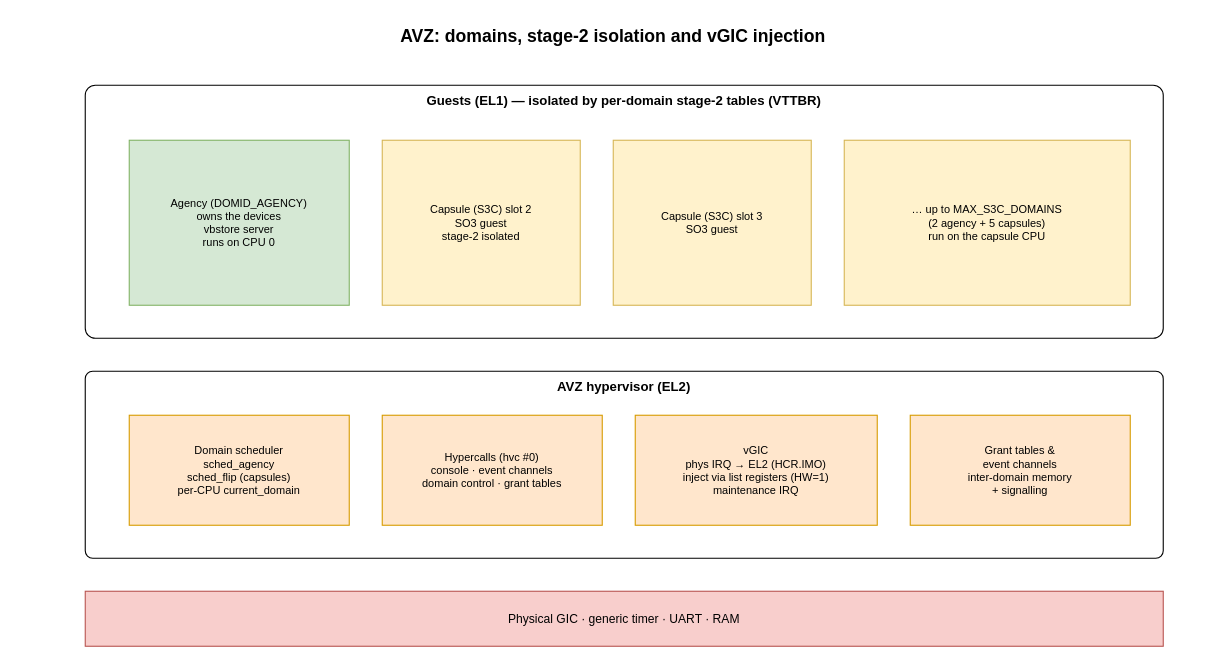
Before: page "avz" (7 of 11) of doc/source/img/so3.drawio in smartobjectoriented/so3, a draw.io diagram. Source tidied: cells renumbered, new cells numbered last; positions are measured from the earlier drawing's top-left corner, leaving out a move shared by most shapes. Both pictures are drawn from the tidied source at 110%, with x=0, y=0 at pixel (19, 19).
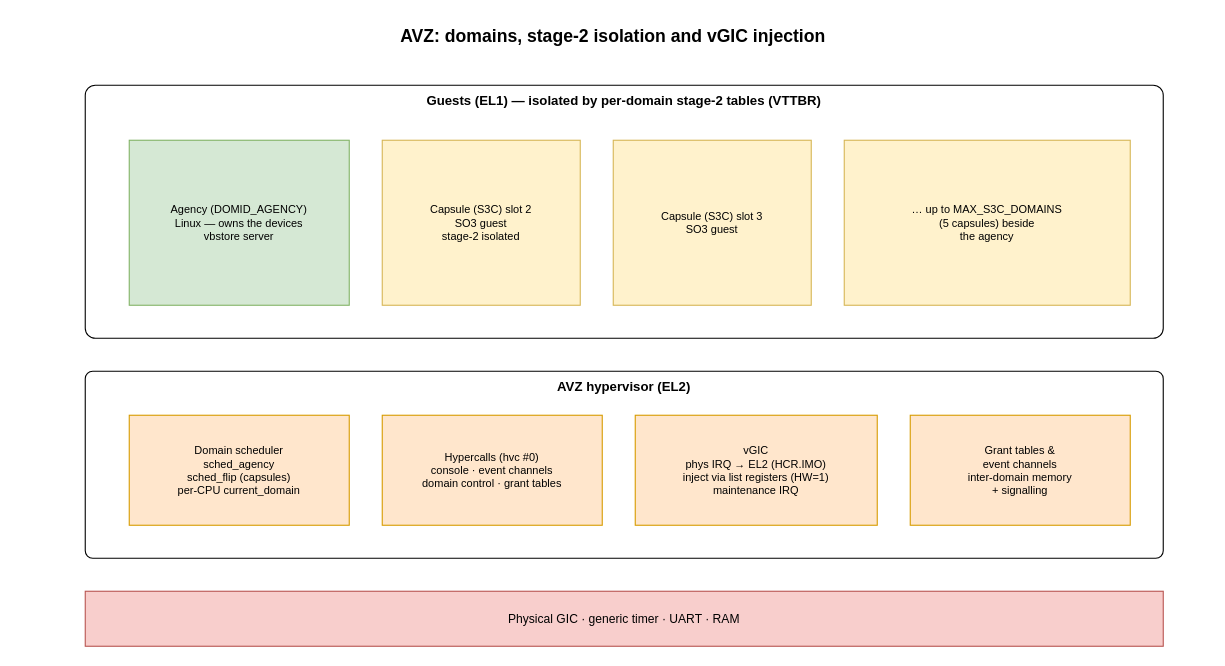
The same diagram, later.

Change to the diagram source:
```diff
@@
 <mxGraphModel>
   <root>
     <mxCell id="0" />
     <mxCell id="1" parent="0" />
     <mxCell id="2" value="AVZ: domains, stage-2 isolation and vGIC injection" style="text;html=1;whiteSpace=wrap;align=center;verticalAlign=middle;fontSize=16;fontStyle=1;" parent="1" vertex="1">
       <mxGeometry width="1080" height="30" as="geometry" />
     </mxCell>
     <mxCell id="3" value="Guests (EL1) — isolated by per-domain stage-2 tables (VTTBR)" style="rounded=1;whiteSpace=wrap;html=1;arcSize=4;verticalAlign=top;fontStyle=1;fontSize=12;fontStyle=1;" parent="1" vertex="1">
       <mxGeometry x="60" y="60" width="980" height="230" as="geometry" />
     </mxCell>
-    <mxCell id="4" value="Agency  (DOMID_AGENCY)&#10;owns the devices&#10;vbstore server&#10;runs on CPU 0" style="fillColor=#d5e8d4;strokeColor=#82b366;fontSize=10;" parent="1" vertex="1">
+    <mxCell id="4" value="Agency  (DOMID_AGENCY)&#10;Linux — owns the devices&#10;vbstore server" style="fillColor=#d5e8d4;strokeColor=#82b366;fontSize=10;" parent="1" vertex="1">
       <mxGeometry x="100" y="110" width="200" height="150" as="geometry" />
     </mxCell>
     <mxCell id="5" value="Capsule (S3C)  slot 2&#10;SO3 guest&#10;stage-2 isolated" style="fillColor=#fff2cc;strokeColor=#d6b656;fontSize=10;" parent="1" vertex="1">
       <mxGeometry x="330" y="110" width="180" height="150" as="geometry" />
     </mxCell>
     <mxCell id="6" value="Capsule (S3C)  slot 3&#10;SO3 guest" style="fillColor=#fff2cc;strokeColor=#d6b656;fontSize=10;" parent="1" vertex="1">
       <mxGeometry x="540" y="110" width="180" height="150" as="geometry" />
     </mxCell>
-    <mxCell id="7" value="… up to MAX_S3C_DOMAINS&#10;(2 agency + 5 capsules)&#10;run on the capsule CPU" style="fillColor=#fff2cc;strokeColor=#d6b656;fontSize=10;" parent="1" vertex="1">
+    <mxCell id="7" value="… up to MAX_S3C_DOMAINS&#10;(5 capsules) beside&#10;the agency" style="fillColor=#fff2cc;strokeColor=#d6b656;fontSize=10;" parent="1" vertex="1">
       <mxGeometry x="750" y="110" width="260" height="150" as="geometry" />
     </mxCell>
     <mxCell id="8" value="AVZ hypervisor  (EL2)" style="rounded=1;whiteSpace=wrap;html=1;arcSize=4;verticalAlign=top;fontStyle=1;fontSize=12;fontStyle=1;" parent="1" vertex="1">
       <mxGeometry x="60" y="320" width="980" height="170" as="geometry" />
     </mxCell>
     <mxCell id="9" value="Domain scheduler&#10;sched_agency&#10;sched_flip (capsules)&#10;per-CPU current_domain" style="fillColor=#ffe6cc;strokeColor=#d79b00;fontSize=10;" parent="1" vertex="1">
       <mxGeometry x="100" y="360" width="200" height="100" as="geometry" />
     </mxCell>
     <mxCell id="10" value="Hypercalls (hvc #0)&#10;console · event channels&#10;domain control · grant tables" style="fillColor=#ffe6cc;strokeColor=#d79b00;fontSize=10;" parent="1" vertex="1">
       <mxGeometry x="330" y="360" width="200" height="100" as="geometry" />
     </mxCell>
     <mxCell id="11" value="vGIC&#10;phys IRQ → EL2 (HCR.IMO)&#10;inject via list registers (HW=1)&#10;maintenance IRQ" style="fillColor=#ffe6cc;strokeColor=#d79b00;fontSize=10;" parent="1" vertex="1">
       <mxGeometry x="560" y="360" width="220" height="100" as="geometry" />
     </mxCell>
     <mxCell id="12" value="Grant tables &amp;&#10;event channels&#10;inter-domain memory&#10;+ signalling" style="fillColor=#ffe6cc;strokeColor=#d79b00;fontSize=10;" parent="1" vertex="1">
       <mxGeometry x="810" y="360" width="200" height="100" as="geometry" />
     </mxCell>
     <mxCell id="13" value="Physical GIC · generic timer · UART · RAM" style="fillColor=#f8cecc;strokeColor=#b85450;fontSize=11;" parent="1" vertex="1">
       <mxGeometry x="60" y="520" width="980" height="50" as="geometry" />
     </mxCell>
   </root>
 </mxGraphModel>
```
